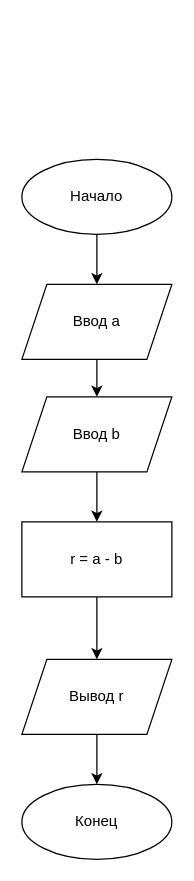
Above: c-lessons/Лабораторная1.drawio in lubarog13/codes (draw.io), before the change. Source tidied: cells renumbered, new cells numbered last; positions are measured from the earlier drawing's top-left corner, leaving out a move shared by most shapes. Both pictures are drawn from the tidied source at 125%, with x=0, y=0 at pixel (21, 159).
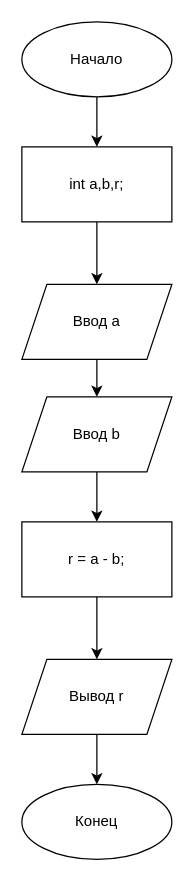
The same page after the edit.

Commit message (it also covers changes not shown here):
Правки для диаграмм 1 и 3

What changed in the source:
```diff
@@
 <mxGraphModel>
   <root>
     <mxCell id="0" />
     <mxCell id="1" parent="0" />
-    <mxCell id="2" style="edgeStyle=orthogonalEdgeStyle;rounded=0;jettySize=auto;html=1;" parent="1" edge="1" source="12" target="4">
-      <mxGeometry relative="1" as="geometry" />
+    <mxCell id="2" style="edgeStyle=orthogonalEdgeStyle;rounded=0;jettySize=auto;html=1;" parent="1" edge="1" source="12">
+      <mxGeometry relative="1" as="geometry">
+        <mxPoint x="60" y="-10" as="targetPoint" />
+      </mxGeometry>
     </mxCell>
     <mxCell id="3" style="edgeStyle=orthogonalEdgeStyle;rounded=0;jettySize=auto;html=1;" parent="1" edge="1" source="4" target="6">
       <mxGeometry relative="1" as="geometry" />
     </mxCell>
     <mxCell id="4" value="Ввод a" style="shape=parallelogram;perimeter=parallelogramPerimeter;whiteSpace=wrap;html=1;fixedSize=1;" parent="1" vertex="1">
       <mxGeometry y="100" width="120" height="60" as="geometry" />
     </mxCell>
     <mxCell id="5" style="edgeStyle=orthogonalEdgeStyle;rounded=0;jettySize=auto;html=1;" parent="1" edge="1" source="6" target="8">
       <mxGeometry relative="1" as="geometry" />
     </mxCell>
     <mxCell id="6" value="Ввод b" style="shape=parallelogram;perimeter=parallelogramPerimeter;whiteSpace=wrap;html=1;fixedSize=1;" parent="1" vertex="1">
       <mxGeometry y="190" width="120" height="60" as="geometry" />
     </mxCell>
     <mxCell id="7" style="edgeStyle=orthogonalEdgeStyle;rounded=0;jettySize=auto;html=1;" parent="1" edge="1" source="8" target="10">
       <mxGeometry relative="1" as="geometry" />
     </mxCell>
-    <mxCell id="8" value="r = a - b" style="rounded=0;whiteSpace=wrap;html=1;" parent="1" vertex="1">
+    <mxCell id="8" value="r = a - b;" style="rounded=0;whiteSpace=wrap;html=1;" parent="1" vertex="1">
       <mxGeometry y="290" width="120" height="60" as="geometry" />
     </mxCell>
     <mxCell id="9" style="edgeStyle=orthogonalEdgeStyle;rounded=0;jettySize=auto;html=1;" parent="1" edge="1" source="10" target="11">
       <mxGeometry relative="1" as="geometry" />
     </mxCell>
     <mxCell id="10" value="Вывод r" style="shape=parallelogram;perimeter=parallelogramPerimeter;whiteSpace=wrap;html=1;fixedSize=1;rounded=0;" parent="1" vertex="1">
       <mxGeometry y="400" width="120" height="60" as="geometry" />
     </mxCell>
     <mxCell id="11" value="Конец" style="ellipse;whiteSpace=wrap;html=1;rounded=0;" parent="1" vertex="1">
       <mxGeometry y="500" width="120" height="60" as="geometry" />
     </mxCell>
     <mxCell id="12" value="Начало" style="ellipse;whiteSpace=wrap;html=1;rounded=0;" parent="1" vertex="1">
-      <mxGeometry width="120" height="60" as="geometry" />
+      <mxGeometry y="-110" width="120" height="60" as="geometry" />
     </mxCell>
+    <mxCell id="13" style="edgeStyle=orthogonalEdgeStyle;rounded=0;jettySize=auto;html=1;exitX=0.5;exitY=1;exitDx=0;exitDy=0;" parent="1" edge="1" source="14" target="4">
+      <mxGeometry relative="1" as="geometry" />
+    </mxCell>
+    <mxCell id="14" value="int a,b,r;" style="rounded=0;whiteSpace=wrap;html=1;" parent="1" vertex="1">
+      <mxGeometry y="-10" width="120" height="60" as="geometry" />
+    </mxCell>
   </root>
 </mxGraphModel>
```
